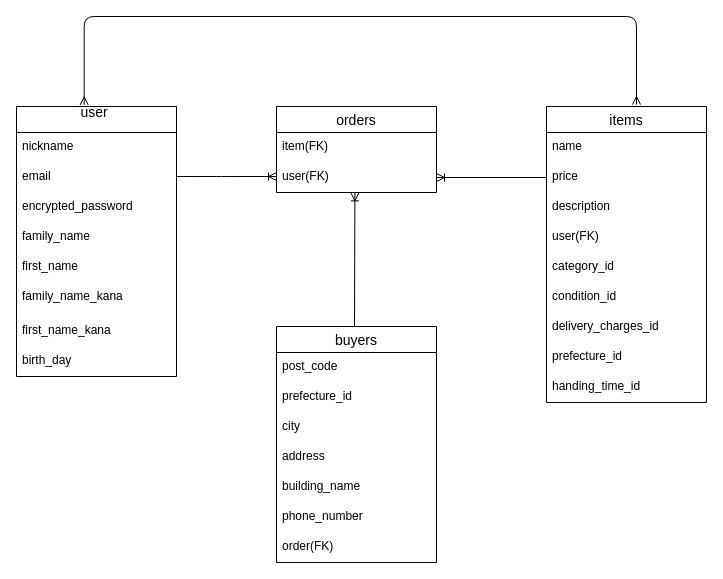
This is table.dio from deco-01/furima-39447, a draw.io file, before an edit. Source tidied: cells renumbered, new cells numbered last; positions are measured from the earlier drawing's top-left corner, leaving out a move shared by most shapes. Both pictures are drawn from the tidied source at 100%, with x=0, y=0 at pixel (16, 16).
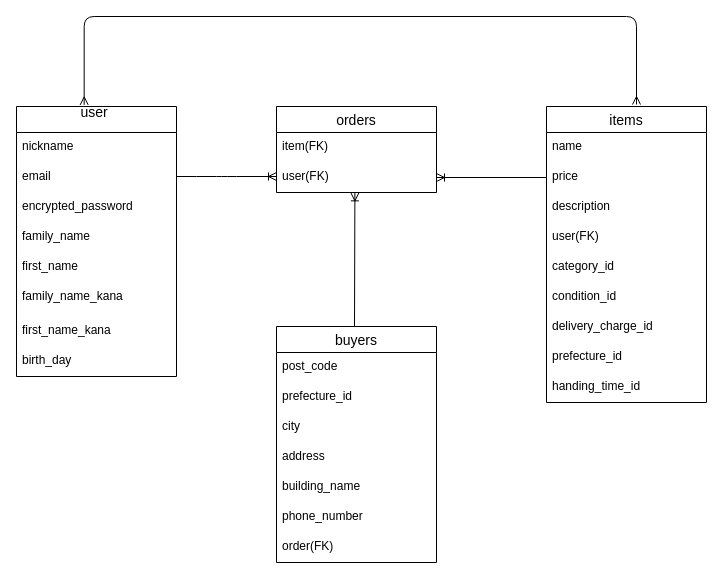
After the change.

Commit message (it also covers changes not shown here):
データベース設計の再編集

Unchanged cells that the change refers to:
```xml
<mxCell id="14" value="items" style="swimlane;fontStyle=0;horizontal=1;startSize=26;align=center;fontSize=14;" parent="1" vertex="1">
  <mxGeometry x="530" y="90" width="160" height="296" as="geometry" />
</mxCell>
```

The edit, as a diff of the source:
```diff
@@
-    <mxCell id="21" value="delivery_charges_id" style="text;strokeColor=none;fillColor=none;spacingLeft=4;spacingRight=4;overflow=hidden;fontSize=12;" parent="14" vertex="1">
+    <mxCell id="21" value="delivery_charge_id" style="text;strokeColor=none;fillColor=none;spacingLeft=4;spacingRight=4;overflow=hidden;fontSize=12;" parent="14" vertex="1">
       <mxGeometry y="206" width="160" height="30" as="geometry" />
     </mxCell>
```
